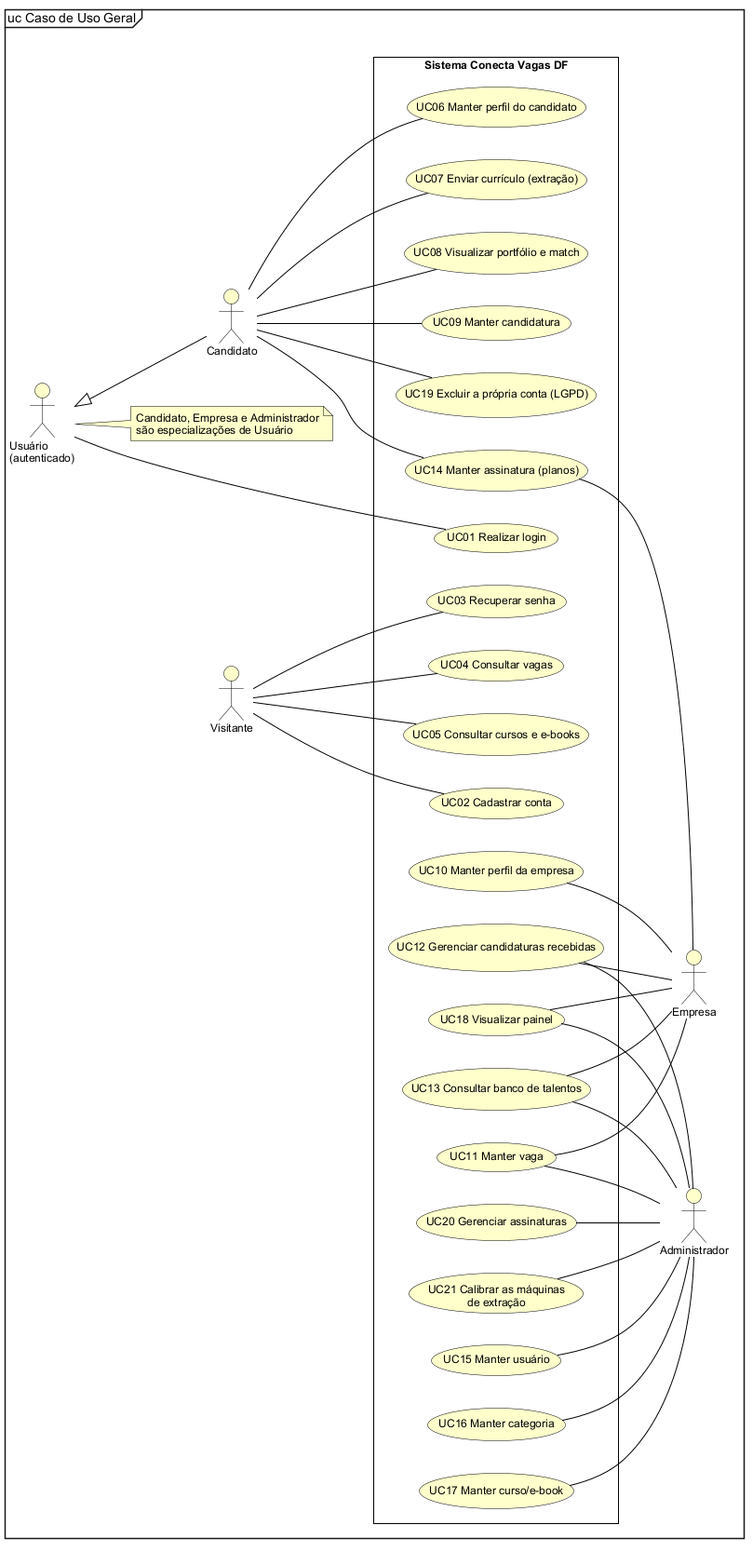
leonardoabreu2026/tcc-final keeps this PlantUML diagram as docs/tcc/diagramas/uc01_geral.png. Above is the earlier version.
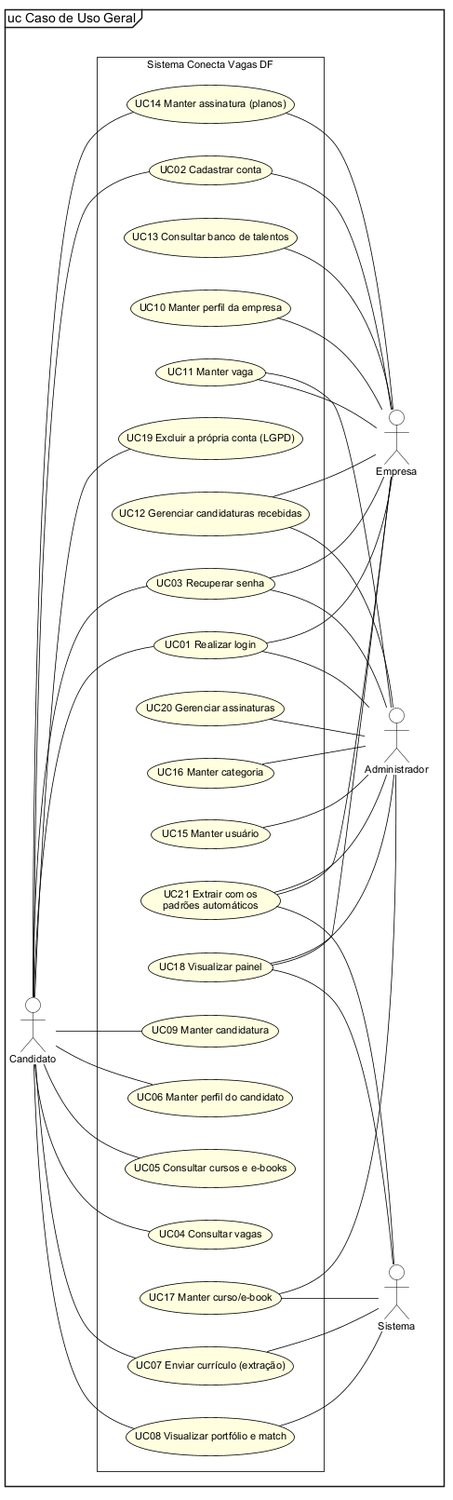
Above is the later version.

Change to the diagram source:
```diff
@@ -2,81 +2,67 @@
 !include estilo.iuml
 mainframe uc Caso de Uso Geral
 left to right direction
-actor "Usuário\n(autenticado)" as U
 actor Candidato as C
-actor Visitante as V
 actor Empresa as E
 actor Administrador as A
-note "Candidato, Empresa e Administrador\nsão especializações de Usuário" as N1
-U .. N1
-U <|-- C
+actor Sistema as S
 rectangle "Sistema Conecta Vagas DF" {
-  usecase "UC01 Realizar login" as UC01
+  usecase "UC04 Consultar vagas" as UC04
+  usecase "UC05 Consultar cursos e e-books" as UC05
   usecase "UC06 Manter perfil do candidato" as UC06
-  usecase "UC07 Enviar currículo (extração)" as UC07
-  usecase "UC08 Visualizar portfólio e match" as UC08
   usecase "UC09 Manter candidatura" as UC09
   usecase "UC19 Excluir a própria conta (LGPD)" as UC19
   usecase "UC14 Manter assinatura (planos)" as UC14
   usecase "UC02 Cadastrar conta" as UC02
+  usecase "UC01 Realizar login" as UC01
   usecase "UC03 Recuperar senha" as UC03
-  usecase "UC04 Consultar vagas" as UC04
-  usecase "UC05 Consultar cursos e e-books" as UC05
   usecase "UC10 Manter perfil da empresa" as UC10
   usecase "UC13 Consultar banco de talentos" as UC13
   usecase "UC11 Manter vaga" as UC11
   usecase "UC12 Gerenciar candidaturas recebidas" as UC12
-  usecase "UC18 Visualizar painel" as UC18
   usecase "UC15 Manter usuário" as UC15
   usecase "UC16 Manter categoria" as UC16
+  usecase "UC20 Gerenciar assinaturas" as UC20
+  usecase "UC18 Visualizar painel" as UC18
+  usecase "UC21 Extrair com os\npadrões automáticos" as UC21
   usecase "UC17 Manter curso/e-book" as UC17
-  usecase "UC20 Gerenciar assinaturas" as UC20
-  usecase "UC21 Calibrar as máquinas\nde extração" as UC21
+  usecase "UC08 Visualizar portfólio e match" as UC08
+  usecase "UC07 Enviar currículo (extração)" as UC07
 }
-U -- UC01
+C -- UC01
+C -- UC02
+C -- UC03
+C -- UC04
+C -- UC05
 C -- UC06
 C -- UC07
 C -- UC08
 C -- UC09
 C -- UC19
 C -- UC14
-V -- UC02
-V -- UC03
-V -- UC04
-V -- UC05
+UC01 -- E
+UC02 -- E
+UC03 -- E
 UC14 -- E
 UC10 -- E
-UC13 -- E
 UC11 -- E
 UC12 -- E
+UC13 -- E
 UC18 -- E
+UC21 -- E
+UC01 -- A
+UC03 -- A
 UC11 -- A
 UC12 -- A
-UC13 -- A
 UC18 -- A
 UC15 -- A
 UC16 -- A
 UC17 -- A
 UC20 -- A
 UC21 -- A
-UC06 -right[hidden]- UC01
-UC07 -right[hidden]- UC06
-UC08 -right[hidden]- UC07
-UC09 -right[hidden]- UC08
-UC19 -right[hidden]- UC09
-UC14 -right[hidden]- UC19
-UC05 -right[hidden]- UC14
-UC02 -right[hidden]- UC05
-UC03 -right[hidden]- UC02
-UC04 -right[hidden]- UC03
-UC10 -right[hidden]- UC04
-UC13 -right[hidden]- UC10
-UC11 -right[hidden]- UC13
-UC12 -right[hidden]- UC11
-UC18 -right[hidden]- UC12
-UC15 -right[hidden]- UC18
-UC16 -right[hidden]- UC15
-UC17 -right[hidden]- UC16
-UC20 -right[hidden]- UC17
-UC21 -right[hidden]- UC20
+UC07 -- S
+UC08 -- S
+UC17 -- S
+UC18 -- S
+UC21 -- S
 @enduml
```
